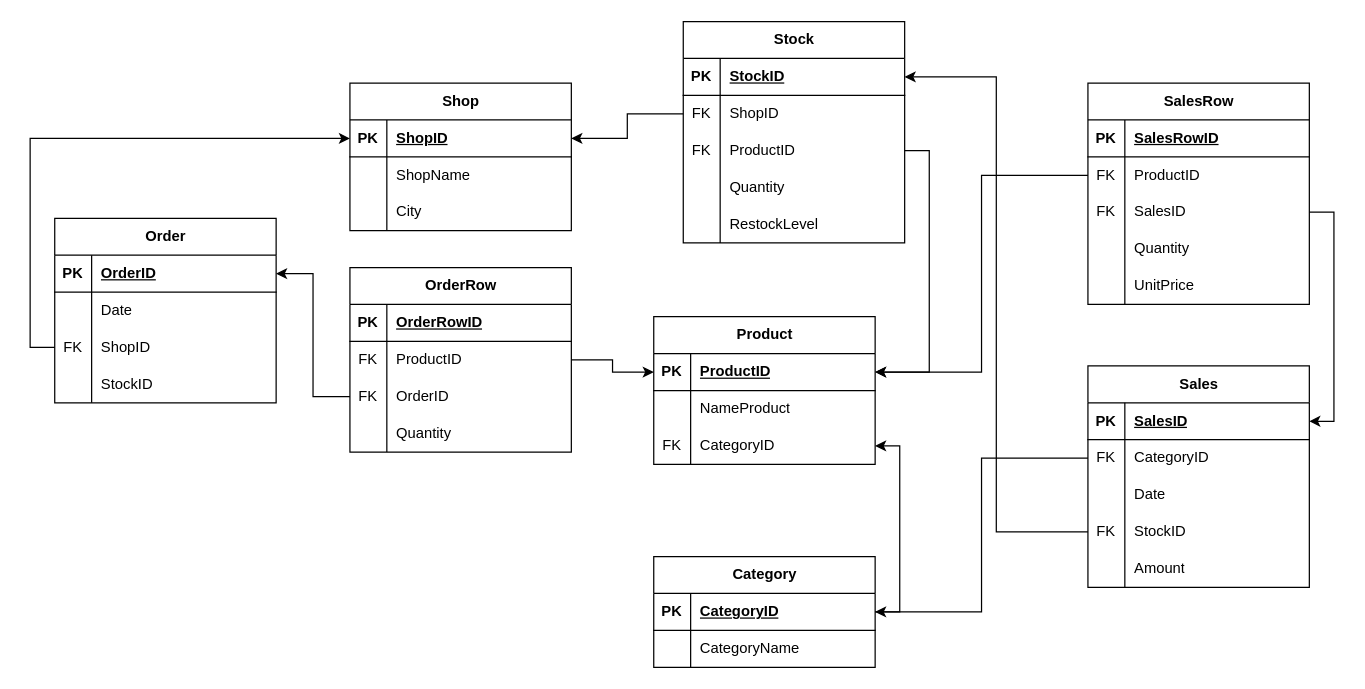
Earlier version of the draw.io diagram Diagramma senza titolo.drawio (LuigiSolazzi/EpicodeSQL). Source tidied: cells renumbered, new cells numbered last; positions are measured from the earlier drawing's top-left corner, leaving out a move shared by most shapes. Both pictures are drawn from the tidied source at 123%, with x=0, y=0 at pixel (54, 21).
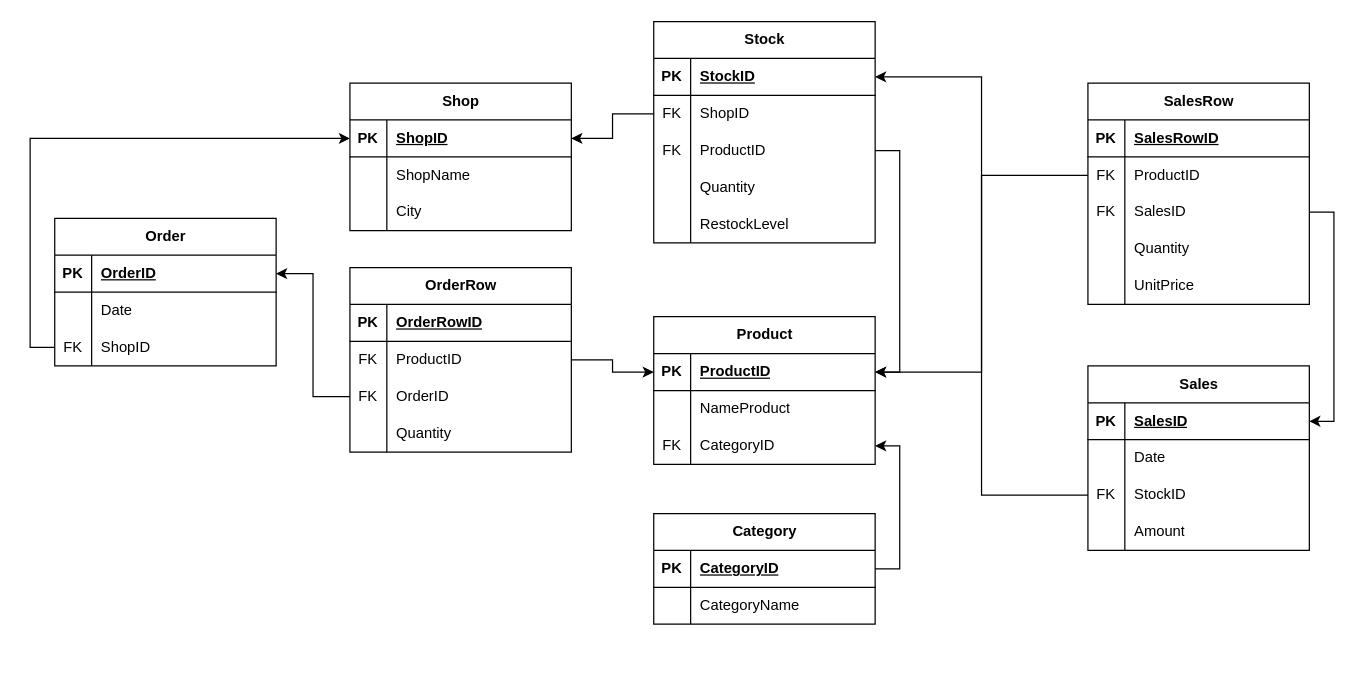
Above is the later version.

Unchanged cells that the change refers to:
```xml
<mxCell id="100" style="shape=tableRow;horizontal=0;startSize=0;swimlaneHead=0;swimlaneBody=0;fillColor=none;points=[[0,0.5],[1,0.5]];portConstraint=eastwest;top=0;left=0;right=0;bottom=1;" parent="99" vertex="1">
  <mxGeometry y="30" width="180" height="30" as="geometry" />
</mxCell>
```

The edit, as a diff of the source:
```diff
@@
     <mxCell id="12" value="Stock" style="shape=table;startSize=30;childLayout=tableLayout;rowLines=0;fontStyle=1;align=center;html=1;" parent="1" vertex="1">
-      <mxGeometry x="511" width="180" height="180" as="geometry" />
+      <mxGeometry x="487" width="180" height="180" as="geometry" />
     </mxCell>
@@
     <mxCell id="38" value="Order" style="shape=table;startSize=30;childLayout=tableLayout;rowLines=0;fontStyle=1;align=center;html=1;" parent="1" vertex="1">
-      <mxGeometry y="160" width="180" height="150" as="geometry" />
+      <mxGeometry y="160" width="180" height="120" as="geometry" />
     </mxCell>
@@
-    <mxCell id="48" style="shape=tableRow;horizontal=0;startSize=0;swimlaneHead=0;swimlaneBody=0;fillColor=none;top=0;left=0;right=0;bottom=0;" parent="38" vertex="1">
-      <mxGeometry y="120" width="180" height="30" as="geometry" />
-    </mxCell>
-    <mxCell id="49" style="shape=partialRectangle;fillColor=none;top=0;left=0;bottom=0;right=0;overflow=hidden;whiteSpace=wrap;html=1;" parent="48" vertex="1">
-      <mxGeometry width="30" height="30" as="geometry" />
-    </mxCell>
-    <mxCell id="50" value="StockID" style="shape=partialRectangle;fillColor=none;top=0;left=0;bottom=0;right=0;align=left;spacingLeft=6;overflow=hidden;whiteSpace=wrap;html=1;" parent="48" vertex="1">
-      <mxGeometry x="30" width="150" height="30" as="geometry" />
-    </mxCell>
@@
     <mxCell id="65" value="Sales" style="shape=table;startSize=30;childLayout=tableLayout;rowLines=0;fontStyle=1;align=center;html=1;" parent="1" vertex="1">
-      <mxGeometry x="840" y="280" width="180" height="180" as="geometry" />
+      <mxGeometry x="840" y="280" width="180" height="150" as="geometry" />
     </mxCell>
@@
-    <mxCell id="69" style="shape=tableRow;horizontal=0;startSize=0;swimlaneHead=0;swimlaneBody=0;fillColor=none;points=[[0,0.5],[1,0.5]];portConstraint=eastwest;top=0;left=0;right=0;bottom=0;" parent="65" vertex="1">
-      <mxGeometry y="60" width="180" height="30" as="geometry" />
-    </mxCell>
-    <mxCell id="70" value="FK" style="shape=partialRectangle;fillColor=none;top=0;left=0;bottom=0;right=0;overflow=hidden;whiteSpace=wrap;html=1;" parent="69" vertex="1">
-      <mxGeometry width="30" height="30" as="geometry" />
-    </mxCell>
-    <mxCell id="71" value="CategoryID" style="shape=partialRectangle;fillColor=none;top=0;left=0;bottom=0;right=0;align=left;spacingLeft=6;overflow=hidden;whiteSpace=wrap;html=1;" parent="69" vertex="1">
-      <mxGeometry x="30" width="150" height="30" as="geometry" />
-    </mxCell>
     <mxCell id="72" style="shape=tableRow;horizontal=0;startSize=0;swimlaneHead=0;swimlaneBody=0;fillColor=none;top=0;left=0;right=0;bottom=0;" parent="65" vertex="1">
-      <mxGeometry y="90" width="180" height="30" as="geometry" />
+      <mxGeometry y="60" width="180" height="30" as="geometry" />
     </mxCell>
@@
     <mxCell id="75" style="shape=tableRow;horizontal=0;startSize=0;swimlaneHead=0;swimlaneBody=0;fillColor=none;points=[[0,0.5],[1,0.5]];portConstraint=eastwest;top=0;left=0;right=0;bottom=0;" parent="65" vertex="1">
-      <mxGeometry y="120" width="180" height="30" as="geometry" />
+      <mxGeometry y="90" width="180" height="30" as="geometry" />
     </mxCell>
@@
     <mxCell id="78" style="shape=tableRow;horizontal=0;startSize=0;swimlaneHead=0;swimlaneBody=0;fillColor=none;top=0;left=0;right=0;bottom=0;" parent="65" vertex="1">
-      <mxGeometry y="150" width="180" height="30" as="geometry" />
+      <mxGeometry y="120" width="180" height="30" as="geometry" />
     </mxCell>
@@
     <mxCell id="99" value="Category" style="shape=table;startSize=30;childLayout=tableLayout;rowLines=0;fontStyle=1;align=center;html=1;" parent="1" vertex="1">
-      <mxGeometry x="487" y="435" width="180" height="90" as="geometry" />
+      <mxGeometry x="487" y="400" width="180" height="90" as="geometry" />
     </mxCell>
@@
-    <mxCell id="111" style="edgeStyle=orthogonalEdgeStyle;rounded=0;jettySize=auto;html=1;exitX=0;exitY=0.5;exitDx=0;exitDy=0;entryX=1;entryY=0.5;entryDx=0;entryDy=0;" parent="1" edge="1" source="69" target="100">
-      <mxGeometry relative="1" as="geometry" />
-    </mxCell>
```
